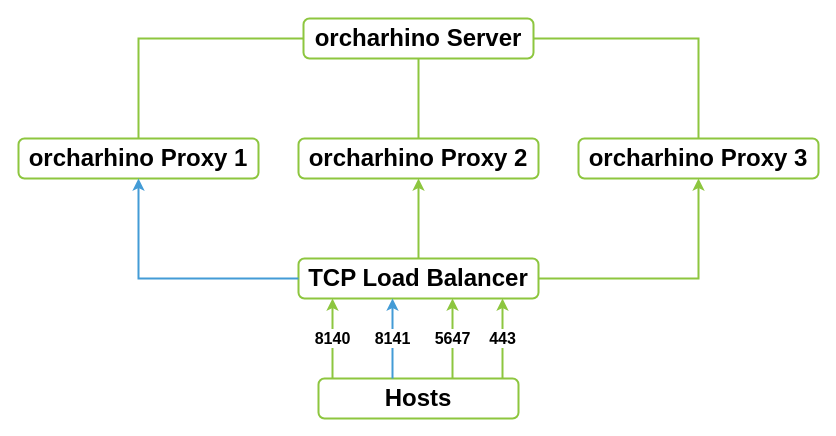
Above: guides/image-sources/load-balancing-architecture.drawio in theforeman/foreman-documentation (draw.io), before the change. Source tidied: cells renumbered, new cells numbered last; positions are measured from the earlier drawing's top-left corner, leaving out a move shared by most shapes. Both pictures are drawn from the tidied source at 100%, with x=0, y=0 at pixel (18, 18).
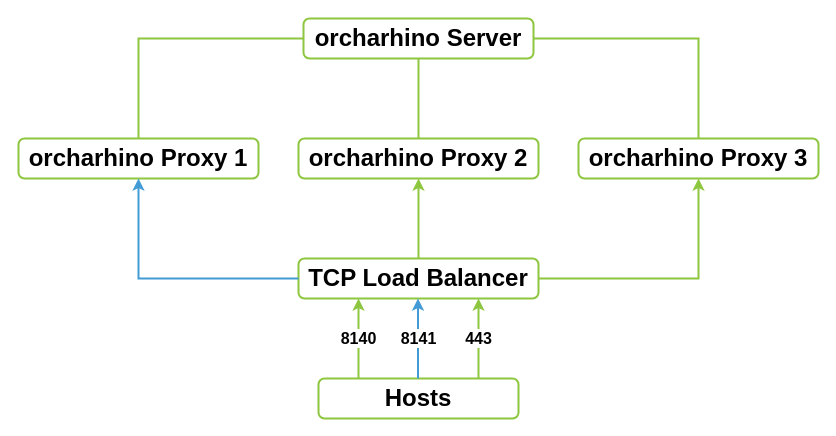
The same page after the edit.

Commit message (it also covers changes not shown here):
Remove qpid port from load balancing diagram

Change to the diagram source:
```diff
@@
     <mxCell id="13" value="8140" style="endArrow=classic;html=1;rounded=0;strokeWidth=2;strokeColor=#8dc63f;fontSize=16;fontColor=#000000;fontStyle=1;" parent="1" edge="1">
       <mxGeometry relative="1" as="geometry">
-        <mxPoint x="314" y="360" as="sourcePoint" />
-        <mxPoint x="314" y="280" as="targetPoint" />
+        <mxPoint x="340" y="360" as="sourcePoint" />
+        <mxPoint x="340" y="280" as="targetPoint" />
       </mxGeometry>
     </mxCell>
     <mxCell id="14" value="8141" style="endArrow=classic;html=1;rounded=0;strokeWidth=2;strokeColor=#439bd6;fontSize=16;fontColor=#000000;fontStyle=1;" parent="1" edge="1">
       <mxGeometry relative="1" as="geometry">
-        <mxPoint x="374" y="360" as="sourcePoint" />
-        <mxPoint x="374" y="280" as="targetPoint" />
+        <mxPoint x="399.5" y="360" as="sourcePoint" />
+        <mxPoint x="399.5" y="280" as="targetPoint" />
       </mxGeometry>
     </mxCell>
-    <mxCell id="15" value="5647" style="endArrow=classic;html=1;rounded=0;strokeWidth=2;strokeColor=#8dc63f;fontSize=16;fontColor=#000000;fontStyle=1;" parent="1" edge="1">
-      <mxGeometry relative="1" as="geometry">
-        <mxPoint x="434" y="360" as="sourcePoint" />
-        <mxPoint x="434" y="280" as="targetPoint" />
-      </mxGeometry>
-    </mxCell>
     <mxCell id="16" value="443" style="endArrow=classic;html=1;rounded=0;strokeWidth=2;strokeColor=#8dc63f;fontSize=16;fontColor=#000000;fontStyle=1;" parent="1" edge="1">
       <mxGeometry relative="1" as="geometry">
-        <mxPoint x="484" y="360" as="sourcePoint" />
-        <mxPoint x="484" y="280" as="targetPoint" />
+        <mxPoint x="460" y="360" as="sourcePoint" />
+        <mxPoint x="460" y="280" as="targetPoint" />
       </mxGeometry>
     </mxCell>
```
